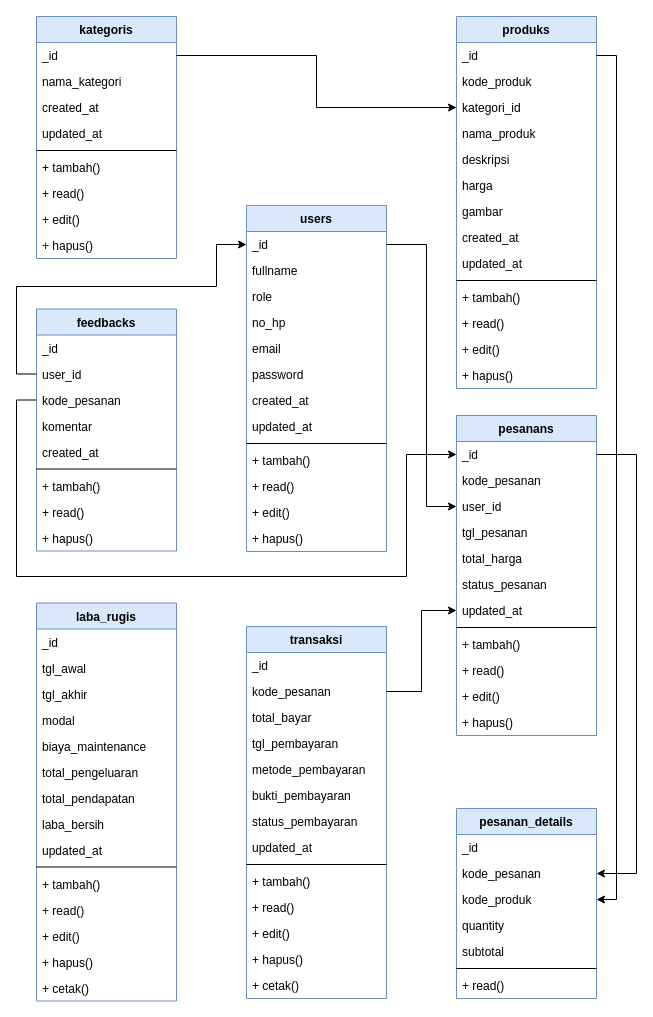
sintariaulia/Diagram keeps this draw.io diagram as Class diagram.drawio. Above is the earlier version. Source tidied: cells renumbered, new cells numbered last; positions are measured from the earlier drawing's top-left corner, leaving out a move shared by most shapes. Both pictures are drawn from the tidied source at 100%, with x=0, y=0 at pixel (16, 16).
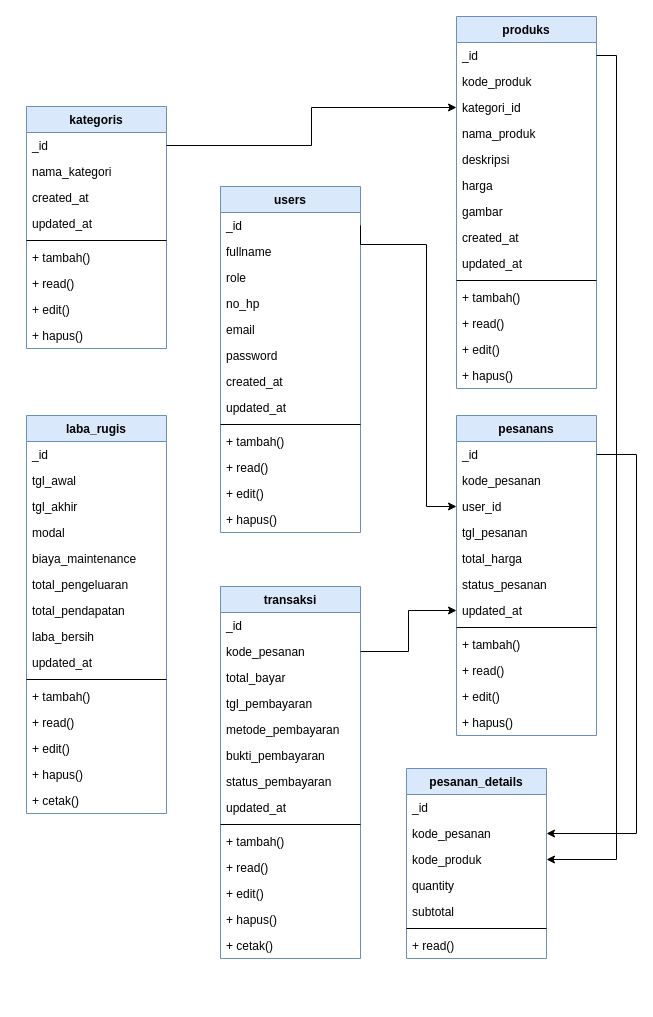
Above is the later version.

Unchanged cells that the change refers to:
```xml
<mxCell id="38" value="_id" style="text;align=left;verticalAlign=top;spacingLeft=4;spacingRight=4;overflow=hidden;points=[[0,0.5],[1,0.5]];portConstraint=eastwest;" parent="37" vertex="1">
  <mxGeometry y="26" width="140" height="26" as="geometry" />
</mxCell>
<mxCell id="52" value="_id" style="text;align=left;verticalAlign=top;spacingLeft=4;spacingRight=4;overflow=hidden;points=[[0,0.5],[1,0.5]];portConstraint=eastwest;" parent="51" vertex="1">
  <mxGeometry y="26" width="140" height="26" as="geometry" />
</mxCell>
<mxCell id="98" value="kode_pesanan" style="text;align=left;verticalAlign=top;spacingLeft=4;spacingRight=4;overflow=hidden;points=[[0,0.5],[1,0.5]];portConstraint=eastwest;rounded=0;shadow=0;html=0;" parent="96" vertex="1">
  <mxGeometry y="52" width="140" height="26" as="geometry" />
</mxCell>
```

Change to the diagram source:
```diff
@@
     <mxCell id="2" value="kategoris" style="swimlane;fontStyle=1;align=center;verticalAlign=top;horizontal=1;startSize=26;rounded=0;shadow=0;strokeWidth=1;fillColor=#dae8fc;strokeColor=#6c8ebf;" parent="1" vertex="1">
-      <mxGeometry x="20" width="140" height="242" as="geometry" />
+      <mxGeometry x="10" y="90" width="140" height="242" as="geometry" />
     </mxCell>
@@
-    <mxCell id="12" value="feedbacks" style="swimlane;fontStyle=1;align=center;verticalAlign=top;horizontal=1;startSize=26;rounded=0;shadow=0;strokeWidth=1;fillColor=#dae8fc;strokeColor=#6c8ebf;" parent="1" vertex="1">
-      <mxGeometry x="20" y="292.5" width="140" height="242" as="geometry" />
-    </mxCell>
-    <mxCell id="13" value="_id" style="text;align=left;verticalAlign=top;spacingLeft=4;spacingRight=4;overflow=hidden;" parent="12" vertex="1">
-      <mxGeometry y="26" width="140" height="26" as="geometry" />
-    </mxCell>
-    <mxCell id="14" value="user_id" style="text;align=left;verticalAlign=top;spacingLeft=4;spacingRight=4;overflow=hidden;points=[[0,0.5],[1,0.5]];portConstraint=eastwest;" parent="12" vertex="1">
-      <mxGeometry y="52" width="140" height="26" as="geometry" />
-    </mxCell>
-    <mxCell id="15" value="kode_pesanan" style="text;align=left;verticalAlign=top;spacingLeft=4;spacingRight=4;overflow=hidden;points=[[0,0.5],[1,0.5]];portConstraint=eastwest;rounded=0;shadow=0;html=0;" parent="12" vertex="1">
-      <mxGeometry y="78" width="140" height="26" as="geometry" />
-    </mxCell>
-    <mxCell id="16" value="komentar" style="text;align=left;verticalAlign=top;spacingLeft=4;spacingRight=4;overflow=hidden;rounded=0;shadow=0;html=0;" parent="12" vertex="1">
-      <mxGeometry y="104" width="140" height="26" as="geometry" />
-    </mxCell>
-    <mxCell id="17" value="created_at" style="text;align=left;verticalAlign=top;spacingLeft=4;spacingRight=4;overflow=hidden;rounded=0;shadow=0;html=0;" parent="12" vertex="1">
-      <mxGeometry y="130" width="140" height="26" as="geometry" />
-    </mxCell>
-    <mxCell id="18" style="line;html=1;strokeWidth=1;align=left;verticalAlign=middle;spacingTop=-1;spacingLeft=3;spacingRight=3;labelPosition=right;" parent="12" vertex="1">
-      <mxGeometry y="156" width="140" height="8" as="geometry" />
-    </mxCell>
-    <mxCell id="19" value="+ tambah()" style="text;align=left;verticalAlign=top;spacingLeft=4;spacingRight=4;overflow=hidden;" parent="12" vertex="1">
-      <mxGeometry y="164" width="140" height="26" as="geometry" />
-    </mxCell>
-    <mxCell id="20" value="+ read()" style="text;align=left;verticalAlign=top;spacingLeft=4;spacingRight=4;overflow=hidden;" parent="12" vertex="1">
-      <mxGeometry y="190" width="140" height="26" as="geometry" />
-    </mxCell>
-    <mxCell id="21" value="+ hapus()" style="text;align=left;verticalAlign=top;spacingLeft=4;spacingRight=4;overflow=hidden;" parent="12" vertex="1">
-      <mxGeometry y="216" width="140" height="26" as="geometry" />
-    </mxCell>
@@
     <mxCell id="37" value="users" style="swimlane;fontStyle=1;align=center;verticalAlign=top;horizontal=1;startSize=26;rounded=0;shadow=0;strokeWidth=1;fillColor=#dae8fc;strokeColor=#6c8ebf;" parent="1" vertex="1">
-      <mxGeometry x="230" y="189" width="140" height="346" as="geometry" />
+      <mxGeometry x="204" y="170" width="140" height="346" as="geometry" />
     </mxCell>
@@
     <mxCell id="64" value="transaksi" style="swimlane;fontStyle=1;align=center;verticalAlign=top;horizontal=1;startSize=26;rounded=0;shadow=0;strokeWidth=1;fillColor=#dae8fc;strokeColor=#6c8ebf;" parent="1" vertex="1">
-      <mxGeometry x="230" y="610" width="140" height="372" as="geometry" />
+      <mxGeometry x="204" y="570" width="140" height="372" as="geometry" />
     </mxCell>
@@
     <mxCell id="80" value="laba_rugis" style="swimlane;fontStyle=1;align=center;verticalAlign=top;horizontal=1;startSize=26;rounded=0;shadow=0;strokeWidth=1;fillColor=#dae8fc;strokeColor=#6c8ebf;" parent="1" vertex="1">
-      <mxGeometry x="20" y="586.5" width="140" height="398" as="geometry" />
+      <mxGeometry x="10" y="399" width="140" height="398" as="geometry" />
     </mxCell>
@@
     <mxCell id="96" value="pesanan_details" style="swimlane;fontStyle=1;align=center;verticalAlign=top;horizontal=1;startSize=26;rounded=0;shadow=0;strokeWidth=1;fillColor=#dae8fc;strokeColor=#6c8ebf;" parent="1" vertex="1">
-      <mxGeometry x="440" y="792" width="140" height="190" as="geometry" />
+      <mxGeometry x="390" y="752" width="140" height="190" as="geometry" />
     </mxCell>
@@
-    <mxCell id="104" style="edgeStyle=orthogonalEdgeStyle;rounded=0;jettySize=auto;html=1;exitX=0;exitY=0.5;exitDx=0;exitDy=0;entryX=0;entryY=0.5;entryDx=0;entryDy=0;" parent="1" edge="1" source="14" target="38">
-      <mxGeometry relative="1" as="geometry">
-        <Array as="points">
-          <mxPoint y="358" />
-          <mxPoint y="270" />
-          <mxPoint x="200" y="270" />
-          <mxPoint x="200" y="228" />
-        </Array>
-      </mxGeometry>
-    </mxCell>
-    <mxCell id="105" style="edgeStyle=orthogonalEdgeStyle;rounded=0;jettySize=auto;html=1;exitX=0;exitY=0.5;exitDx=0;exitDy=0;entryX=0;entryY=0.5;entryDx=0;entryDy=0;" parent="1" edge="1" source="15" target="52">
-      <mxGeometry relative="1" as="geometry">
-        <Array as="points">
-          <mxPoint y="384" />
-          <mxPoint y="560" />
-          <mxPoint x="390" y="560" />
-          <mxPoint x="390" y="438" />
-        </Array>
-      </mxGeometry>
-    </mxCell>
@@
     <mxCell id="108" style="edgeStyle=orthogonalEdgeStyle;rounded=0;jettySize=auto;html=1;exitX=1;exitY=0.5;exitDx=0;exitDy=0;entryX=1;entryY=0.5;entryDx=0;entryDy=0;" parent="1" edge="1" source="52" target="98">
       <mxGeometry relative="1" as="geometry">
         <Array as="points">
           <mxPoint x="620" y="438" />
-          <mxPoint x="620" y="857" />
+          <mxPoint x="620" y="817" />
         </Array>
       </mxGeometry>
     </mxCell>
```
